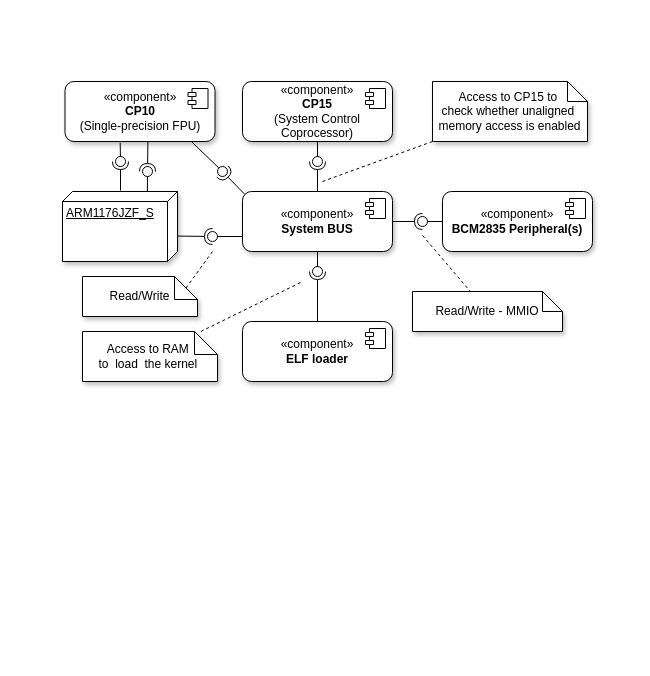
Before: docs/diagrams/core_component_diagram.drawio in silhavyj/ZeroMate, a draw.io diagram. Source tidied: cells renumbered, new cells numbered last; positions are measured from the earlier drawing's top-left corner, leaving out a move shared by most shapes. Both pictures are drawn from the tidied source at 100%, with x=0, y=0 at pixel (62, 81).
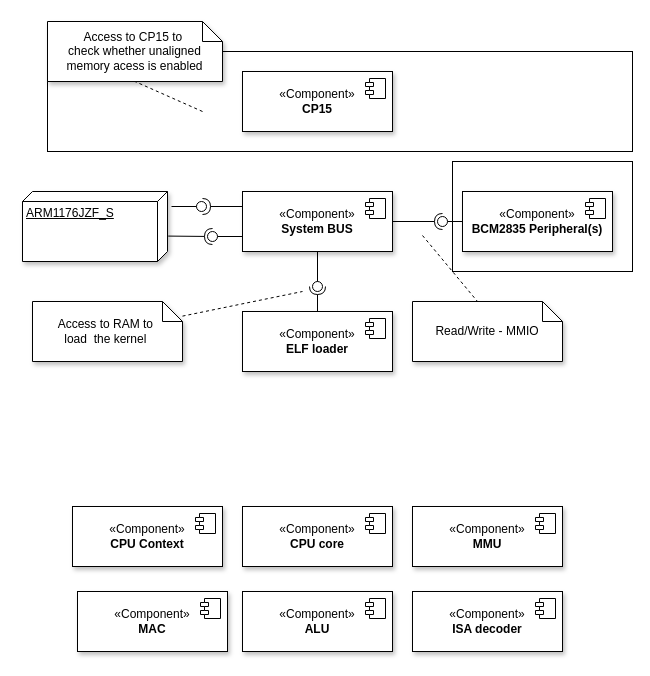
The same diagram, later.

Unchanged cells that the change refers to:
```xml
<mxCell id="11" style="ellipse;whiteSpace=wrap;html=1;align=center;fillColor=none;strokeColor=none;perimeter=centerPerimeter;points=[];outlineConnect=1;" parent="1" vertex="1">
  <mxGeometry x="250" y="200" width="10" height="10" as="geometry" />
</mxCell>
```

Diff of the diagram source:
```diff
@@
+    <mxCell id="42" style="rounded=0;whiteSpace=wrap;html=1;" parent="1" vertex="1">
+      <mxGeometry x="-15" y="-30" width="585" height="100" as="geometry" />
+    </mxCell>
+    <mxCell id="43" style="rounded=0;whiteSpace=wrap;html=1;" parent="1" vertex="1">
+      <mxGeometry x="390" y="80" width="180" height="110" as="geometry" />
+    </mxCell>
-    <mxCell id="2" value="«component»&lt;br&gt;&lt;b&gt;System BUS&lt;/b&gt;" style="html=1;whiteSpace=wrap;shadow=1;rounded=1;fontFamily=Computer Modern;" parent="1" vertex="1">
+    <mxCell id="2" value="«Component»&lt;br&gt;&lt;b&gt;System BUS&lt;/b&gt;" style="html=1;whiteSpace=wrap;shadow=1;" parent="1" vertex="1">
       <mxGeometry x="180" y="110" width="150" height="60" as="geometry" />
     </mxCell>
@@
-    <mxCell id="4" value="«component»&lt;br&gt;&lt;b&gt;ELF loader&lt;/b&gt;" style="html=1;whiteSpace=wrap;shadow=1;rounded=1;fontFamily=Computer Modern;" parent="1" vertex="1">
-      <mxGeometry x="180" y="240" width="150" height="60" as="geometry" />
+    <mxCell id="4" value="«Component»&lt;br&gt;&lt;b&gt;ELF loader&lt;/b&gt;" style="html=1;whiteSpace=wrap;shadow=1;" parent="1" vertex="1">
+      <mxGeometry x="180" y="230" width="150" height="60" as="geometry" />
     </mxCell>
@@
-    <mxCell id="6" value="«component»&lt;br&gt;&lt;b style=&quot;border-color: var(--border-color);&quot;&gt;BCM2835 Peripheral(s)&lt;/b&gt;" style="html=1;whiteSpace=wrap;shadow=1;rounded=1;fontFamily=Computer Modern;" parent="1" vertex="1">
-      <mxGeometry x="380" y="110" width="150" height="60" as="geometry" />
+    <mxCell id="6" value="«Component»&lt;br&gt;&lt;b style=&quot;border-color: var(--border-color);&quot;&gt;BCM2835 Peripheral(s)&lt;/b&gt;" style="html=1;whiteSpace=wrap;shadow=1;" parent="1" vertex="1">
+      <mxGeometry x="400" y="110" width="150" height="60" as="geometry" />
     </mxCell>
@@
     <mxCell id="9" style="rounded=0;jettySize=auto;html=1;endArrow=halfCircle;endFill=0;endSize=6;strokeWidth=1;sketch=0;exitX=0.5;exitY=0;exitDx=0;exitDy=0;" parent="1" edge="1" source="4">
       <mxGeometry relative="1" as="geometry">
-        <mxPoint x="255" y="190" as="targetPoint" />
+        <mxPoint x="255" y="205" as="targetPoint" />
       </mxGeometry>
     </mxCell>
-    <mxCell id="10" style="rounded=0;jettySize=auto;html=1;endArrow=oval;endFill=0;sketch=0;sourcePerimeterSpacing=0;targetPerimeterSpacing=0;endSize=10;exitX=0.5;exitY=1;exitDx=0;exitDy=0;" parent="1" edge="1" source="2">
-      <mxGeometry relative="1" as="geometry">
-        <mxPoint x="255" y="190" as="targetPoint" />
-      </mxGeometry>
+    <mxCell id="10" style="rounded=0;jettySize=auto;html=1;endArrow=oval;endFill=0;sketch=0;sourcePerimeterSpacing=0;targetPerimeterSpacing=0;endSize=10;exitX=0.5;exitY=1;exitDx=0;exitDy=0;entryX=0.497;entryY=-0.385;entryDx=0;entryDy=0;entryPerimeter=0;" parent="1" edge="1" source="2" target="11">
+      <mxGeometry relative="1" as="geometry" />
     </mxCell>
@@
     <mxCell id="12" style="rounded=0;jettySize=auto;html=1;endArrow=halfCircle;endFill=0;endSize=6;strokeWidth=1;sketch=0;exitX=1;exitY=0.5;exitDx=0;exitDy=0;" parent="1" edge="1" source="2">
       <mxGeometry relative="1" as="geometry">
-        <mxPoint x="360" y="140" as="targetPoint" />
-        <Array as="points">
-          <mxPoint x="360" y="140" />
-        </Array>
+        <mxPoint x="380" y="140" as="targetPoint" />
       </mxGeometry>
     </mxCell>
     <mxCell id="13" style="rounded=0;jettySize=auto;html=1;endArrow=oval;endFill=0;sketch=0;sourcePerimeterSpacing=0;targetPerimeterSpacing=0;endSize=10;exitX=0;exitY=0.5;exitDx=0;exitDy=0;" parent="1" edge="1" source="6">
       <mxGeometry relative="1" as="geometry">
-        <mxPoint x="360" y="140" as="targetPoint" />
+        <mxPoint x="380" y="140" as="targetPoint" />
       </mxGeometry>
     </mxCell>
@@
     <mxCell id="19" style="ellipse;whiteSpace=wrap;html=1;align=center;fillColor=none;strokeColor=none;perimeter=centerPerimeter;" parent="1" vertex="1">
-      <mxGeometry x="40" y="80" width="10" height="10" as="geometry" />
+      <mxGeometry x="15" y="80" width="10" height="10" as="geometry" />
     </mxCell>
@@
-    <mxCell id="21" value="&lt;div style=&quot;&quot;&gt;&lt;span style=&quot;background-color: initial;&quot;&gt;Access to RAM&amp;nbsp;&lt;/span&gt;&lt;/div&gt;&lt;div style=&quot;&quot;&gt;&lt;span style=&quot;background-color: initial;&quot;&gt;to&amp;nbsp;&amp;nbsp;&lt;/span&gt;&lt;span style=&quot;background-color: initial;&quot;&gt;load&amp;nbsp;&amp;nbsp;&lt;/span&gt;&lt;span style=&quot;background-color: initial;&quot;&gt;the kernel&amp;nbsp;&lt;/span&gt;&lt;/div&gt;" style="shape=note;size=23;whiteSpace=wrap;html=1;align=center;shadow=1;fontFamily=Computer Modern;" parent="1" vertex="1">
-      <mxGeometry x="20" y="250" width="135" height="50" as="geometry" />
+    <mxCell id="21" value="&lt;div style=&quot;&quot;&gt;&lt;span style=&quot;background-color: initial;&quot;&gt;Access to RAM to&amp;nbsp;&lt;/span&gt;&lt;/div&gt;&lt;div style=&quot;&quot;&gt;&lt;span style=&quot;background-color: initial;&quot;&gt;load&amp;nbsp;&amp;nbsp;&lt;/span&gt;&lt;span style=&quot;background-color: initial;&quot;&gt;the kernel&amp;nbsp;&lt;/span&gt;&lt;/div&gt;" style="shape=note;size=20;whiteSpace=wrap;html=1;align=center;shadow=1;" parent="1" vertex="1">
+      <mxGeometry x="-30" y="220" width="150" height="60" as="geometry" />
     </mxCell>
     <mxCell id="22" style="endArrow=none;dashed=1;html=1;rounded=0;" parent="1" edge="1" source="21">
       <mxGeometry relative="1" as="geometry">
-        <mxPoint x="240" y="200" as="targetPoint" />
+        <mxPoint x="240" y="210" as="targetPoint" />
       </mxGeometry>
     </mxCell>
-    <mxCell id="23" value="ARM1176JZF_S" style="verticalAlign=top;align=left;spacingTop=8;spacingLeft=2;spacingRight=12;shape=cube;size=10;direction=south;fontStyle=4;html=1;whiteSpace=wrap;shadow=1;fontFamily=Computer Modern;" parent="1" vertex="1">
-      <mxGeometry y="110" width="115" height="70" as="geometry" />
+    <mxCell id="23" value="ARM1176JZF_S" style="verticalAlign=top;align=left;spacingTop=8;spacingLeft=2;spacingRight=12;shape=cube;size=10;direction=south;fontStyle=4;html=1;whiteSpace=wrap;shadow=1;" parent="1" vertex="1">
+      <mxGeometry x="-40" y="110" width="145" height="70" as="geometry" />
     </mxCell>
-    <mxCell id="24" value="&lt;div style=&quot;&quot;&gt;Read/Write - MMIO&lt;/div&gt;" style="shape=note;size=20;whiteSpace=wrap;html=1;align=center;shadow=1;fontFamily=Computer Modern;" parent="1" vertex="1">
-      <mxGeometry x="350" y="210" width="150" height="40" as="geometry" />
+    <mxCell id="24" value="&lt;div style=&quot;&quot;&gt;Read/Write - MMIO&lt;/div&gt;" style="shape=note;size=20;whiteSpace=wrap;html=1;align=center;shadow=1;" parent="1" vertex="1">
+      <mxGeometry x="350" y="220" width="150" height="60" as="geometry" />
     </mxCell>
-    <mxCell id="25" style="endArrow=none;dashed=1;html=1;rounded=0;" parent="1" edge="1" target="24">
+    <mxCell id="25" style="endArrow=none;dashed=1;html=1;rounded=0;entryX=0;entryY=0;entryDx=65;entryDy=0;entryPerimeter=0;" parent="1" edge="1" target="24">
       <mxGeometry relative="1" as="geometry">
         <mxPoint x="360" y="154" as="sourcePoint" />
       </mxGeometry>
     </mxCell>
-    <mxCell id="26" value="&lt;div style=&quot;&quot;&gt;Access to CP15 to&amp;nbsp;&lt;/div&gt;&lt;div style=&quot;&quot;&gt;check whether unaligned&amp;nbsp;&lt;/div&gt;&lt;div style=&quot;&quot;&gt;memory access is enabled&lt;/div&gt;" style="shape=note;size=20;whiteSpace=wrap;html=1;align=center;shadow=1;fontFamily=Computer Modern;" parent="1" vertex="1">
-      <mxGeometry x="370" width="155" height="60" as="geometry" />
+    <mxCell id="26" value="&lt;div style=&quot;&quot;&gt;Access to CP15 to&amp;nbsp;&lt;/div&gt;&lt;div style=&quot;&quot;&gt;check whether unaligned memory acess is enabled&lt;/div&gt;" style="shape=note;size=20;whiteSpace=wrap;html=1;align=center;shadow=1;" parent="1" vertex="1">
+      <mxGeometry x="-15" y="-60" width="175" height="60" as="geometry" />
     </mxCell>
-    <mxCell id="27" style="rounded=0;jettySize=auto;html=1;endArrow=halfCircle;endFill=0;endSize=6;strokeWidth=1;sketch=0;exitX=0.5;exitY=0;exitDx=0;exitDy=0;" parent="1" edge="1" source="2">
+    <mxCell id="27" style="rounded=0;jettySize=auto;html=1;endArrow=halfCircle;endFill=0;endSize=6;strokeWidth=1;sketch=0;exitX=0;exitY=0.25;exitDx=0;exitDy=0;" parent="1" edge="1" source="2">
       <mxGeometry relative="1" as="geometry">
-        <mxPoint x="255" y="80" as="targetPoint" />
+        <mxPoint x="140" y="125" as="targetPoint" />
       </mxGeometry>
     </mxCell>
-    <mxCell id="28" style="rounded=0;jettySize=auto;html=1;endArrow=oval;endFill=0;sketch=0;sourcePerimeterSpacing=0;targetPerimeterSpacing=0;endSize=10;exitX=0.5;exitY=1;exitDx=0;exitDy=0;" parent="1" edge="1" source="30">
+    <mxCell id="28" style="rounded=0;orthogonalLoop=1;jettySize=auto;html=1;endArrow=oval;endFill=0;sketch=0;sourcePerimeterSpacing=0;targetPerimeterSpacing=0;endSize=10;" parent="1" edge="1">
       <mxGeometry relative="1" as="geometry">
-        <mxPoint x="255" y="80" as="targetPoint" />
+        <mxPoint x="109" y="125" as="sourcePoint" />
+        <mxPoint x="139" y="125" as="targetPoint" />
       </mxGeometry>
     </mxCell>
-    <mxCell id="29" style="endArrow=none;dashed=1;html=1;rounded=0;entryX=0;entryY=1;entryDx=0;entryDy=0;entryPerimeter=0;" parent="1" edge="1" target="26">
+    <mxCell id="29" style="endArrow=none;dashed=1;html=1;rounded=0;entryX=0.5;entryY=1;entryDx=0;entryDy=0;entryPerimeter=0;" parent="1" edge="1" target="26">
       <mxGeometry relative="1" as="geometry">
-        <mxPoint x="260" y="100" as="sourcePoint" />
+        <mxPoint x="140" y="30" as="sourcePoint" />
       </mxGeometry>
     </mxCell>
+    <mxCell id="44" value="«Component»&lt;br&gt;&lt;b&gt;CPU core&lt;/b&gt;" style="html=1;whiteSpace=wrap;shadow=1;" parent="1" vertex="1">
+      <mxGeometry x="180" y="425" width="150" height="60" as="geometry" />
+    </mxCell>
+    <mxCell id="45" style="shape=module;jettyWidth=8;jettyHeight=4;" parent="44" vertex="1">
+      <mxGeometry x="1" width="20" height="20" relative="1" as="geometry">
+        <mxPoint x="-27" y="7" as="offset" />
+      </mxGeometry>
+    </mxCell>
+    <mxCell id="46" value="«Component»&lt;br&gt;&lt;b&gt;CPU Context&lt;/b&gt;" style="html=1;whiteSpace=wrap;shadow=1;" parent="1" vertex="1">
+      <mxGeometry x="10" y="425" width="150" height="60" as="geometry" />
+    </mxCell>
+    <mxCell id="47" style="shape=module;jettyWidth=8;jettyHeight=4;" parent="46" vertex="1">
+      <mxGeometry x="1" width="20" height="20" relative="1" as="geometry">
+        <mxPoint x="-27" y="7" as="offset" />
+      </mxGeometry>
+    </mxCell>
+    <mxCell id="48" value="«Component»&lt;br&gt;&lt;b&gt;ISA decoder&lt;/b&gt;" style="html=1;whiteSpace=wrap;shadow=1;" parent="1" vertex="1">
+      <mxGeometry x="350" y="510" width="150" height="60" as="geometry" />
+    </mxCell>
+    <mxCell id="49" style="shape=module;jettyWidth=8;jettyHeight=4;" parent="48" vertex="1">
+      <mxGeometry x="1" width="20" height="20" relative="1" as="geometry">
+        <mxPoint x="-27" y="7" as="offset" />
+      </mxGeometry>
+    </mxCell>
+    <mxCell id="50" value="«Component»&lt;br&gt;&lt;b&gt;MMU&lt;/b&gt;" style="html=1;whiteSpace=wrap;shadow=1;" parent="1" vertex="1">
+      <mxGeometry x="350" y="425" width="150" height="60" as="geometry" />
+    </mxCell>
+    <mxCell id="51" style="shape=module;jettyWidth=8;jettyHeight=4;" parent="50" vertex="1">
+      <mxGeometry x="1" width="20" height="20" relative="1" as="geometry">
+        <mxPoint x="-27" y="7" as="offset" />
+      </mxGeometry>
+    </mxCell>
+    <mxCell id="52" value="«Component»&lt;br&gt;&lt;b&gt;ALU&lt;/b&gt;" style="html=1;whiteSpace=wrap;shadow=1;" parent="1" vertex="1">
+      <mxGeometry x="180" y="510" width="150" height="60" as="geometry" />
+    </mxCell>
+    <mxCell id="53" style="shape=module;jettyWidth=8;jettyHeight=4;" parent="52" vertex="1">
+      <mxGeometry x="1" width="20" height="20" relative="1" as="geometry">
+        <mxPoint x="-27" y="7" as="offset" />
+      </mxGeometry>
+    </mxCell>
+    <mxCell id="54" value="«Component»&lt;br&gt;&lt;b&gt;MAC&lt;/b&gt;" style="html=1;whiteSpace=wrap;shadow=1;" parent="1" vertex="1">
+      <mxGeometry x="15" y="510" width="150" height="60" as="geometry" />
+    </mxCell>
+    <mxCell id="55" style="shape=module;jettyWidth=8;jettyHeight=4;" parent="54" vertex="1">
+      <mxGeometry x="1" width="20" height="20" relative="1" as="geometry">
+        <mxPoint x="-27" y="7" as="offset" />
+      </mxGeometry>
+    </mxCell>
-    <mxCell id="30" value="«component»&lt;br&gt;&lt;b&gt;CP15&lt;/b&gt;&lt;br&gt;(System Control &lt;br&gt;Coprocessor)" style="html=1;whiteSpace=wrap;shadow=1;rounded=1;fontFamily=Computer Modern;" parent="1" vertex="1">
-      <mxGeometry x="180" width="150" height="60" as="geometry" />
+    <mxCell id="30" value="«Component»&lt;br&gt;&lt;b&gt;CP15&lt;/b&gt;" style="html=1;whiteSpace=wrap;shadow=1;" parent="1" vertex="1">
+      <mxGeometry x="180" y="-10" width="150" height="60" as="geometry" />
     </mxCell>
@@
-    <mxCell id="32" value="«component»&lt;br&gt;&lt;b&gt;CP10&lt;/b&gt;&lt;br&gt;(Single-precision FPU)" style="html=1;whiteSpace=wrap;shadow=1;rounded=1;fontFamily=Computer Modern;" parent="1" vertex="1">
-      <mxGeometry x="2.5" width="150" height="60" as="geometry" />
-    </mxCell>
-    <mxCell id="33" style="shape=module;jettyWidth=8;jettyHeight=4;" parent="32" vertex="1">
-      <mxGeometry x="1" width="20" height="20" relative="1" as="geometry">
-        <mxPoint x="-27" y="7" as="offset" />
-      </mxGeometry>
-    </mxCell>
-    <mxCell id="34" style="rounded=0;orthogonalLoop=1;jettySize=auto;html=1;endArrow=halfCircle;endFill=0;endSize=6;strokeWidth=1;sketch=0;" parent="1" edge="1">
-      <mxGeometry relative="1" as="geometry">
-        <mxPoint x="58" y="109" as="sourcePoint" />
-        <mxPoint x="58" y="80" as="targetPoint" />
-      </mxGeometry>
-    </mxCell>
-    <mxCell id="35" style="rounded=0;orthogonalLoop=1;jettySize=auto;html=1;endArrow=oval;endFill=0;sketch=0;sourcePerimeterSpacing=0;targetPerimeterSpacing=0;endSize=10;exitX=0.201;exitY=1.023;exitDx=0;exitDy=0;exitPerimeter=0;" parent="1" edge="1">
-      <mxGeometry relative="1" as="geometry">
-        <mxPoint x="57.7" y="61.4" as="sourcePoint" />
-        <mxPoint x="58" y="80" as="targetPoint" />
-      </mxGeometry>
-    </mxCell>
-    <mxCell id="36" style="rounded=0;orthogonalLoop=1;jettySize=auto;html=1;endArrow=oval;endFill=0;sketch=0;sourcePerimeterSpacing=0;targetPerimeterSpacing=0;endSize=10;exitX=-0.005;exitY=0.479;exitDx=0;exitDy=0;exitPerimeter=0;" parent="1" edge="1">
-      <mxGeometry relative="1" as="geometry">
-        <mxPoint x="84.9" y="109.6" as="sourcePoint" />
-        <mxPoint x="85" y="90" as="targetPoint" />
-      </mxGeometry>
-    </mxCell>
-    <mxCell id="37" style="rounded=0;orthogonalLoop=1;jettySize=auto;html=1;endArrow=halfCircle;endFill=0;endSize=6;strokeWidth=1;sketch=0;exitX=0.386;exitY=1.001;exitDx=0;exitDy=0;exitPerimeter=0;" parent="1" edge="1">
-      <mxGeometry relative="1" as="geometry">
-        <mxPoint x="85.4" y="60.1" as="sourcePoint" />
-        <mxPoint x="85" y="90" as="targetPoint" />
-      </mxGeometry>
-    </mxCell>
-    <mxCell id="38" style="rounded=0;jettySize=auto;html=1;endArrow=oval;endFill=0;sketch=0;sourcePerimeterSpacing=0;targetPerimeterSpacing=0;endSize=10;exitX=0.845;exitY=1.007;exitDx=0;exitDy=0;exitPerimeter=0;" parent="1" edge="1" source="32">
-      <mxGeometry relative="1" as="geometry">
-        <mxPoint x="160" y="90" as="targetPoint" />
-      </mxGeometry>
-    </mxCell>
-    <mxCell id="39" style="rounded=0;jettySize=auto;html=1;endArrow=halfCircle;endFill=0;endSize=6;strokeWidth=1;sketch=0;exitX=0.013;exitY=0.041;exitDx=0;exitDy=0;exitPerimeter=0;" parent="1" edge="1" source="2">
-      <mxGeometry relative="1" as="geometry">
-        <mxPoint x="160" y="90" as="targetPoint" />
-      </mxGeometry>
-    </mxCell>
-    <mxCell id="40" value="&lt;div style=&quot;&quot;&gt;Read/Write&lt;/div&gt;" style="shape=note;size=23;whiteSpace=wrap;html=1;align=center;shadow=1;fontFamily=Computer Modern;" parent="1" vertex="1">
-      <mxGeometry x="20" y="195" width="115" height="40" as="geometry" />
-    </mxCell>
-    <mxCell id="41" style="endArrow=none;dashed=1;html=1;rounded=0;exitX=0;exitY=0;exitDx=103.5;exitDy=11.5;exitPerimeter=0;" parent="1" edge="1" source="40">
-      <mxGeometry relative="1" as="geometry">
-        <mxPoint x="150" y="170" as="targetPoint" />
-      </mxGeometry>
-    </mxCell>
```
